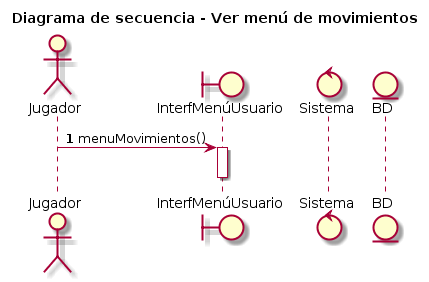
Earlier version of the PlantUML export UML/Diagramas de secuencia/Jugador/Menú de movimientos/Menu de movimientos.png (dmontesinos/ES-2019-G43-2-02.v1). Its diagram source:
```plantuml
@startuml
title Diagrama de secuencia - Ver menú de movimientos
autonumber
actor Jugador
boundary InterfMenúUsuario
control Sistema
entity BD

Jugador -> InterfMenúUsuario : menuMovimientos()
activate InterfMenúUsuario
deactivate InterfMenúUsuario
@enduml
```
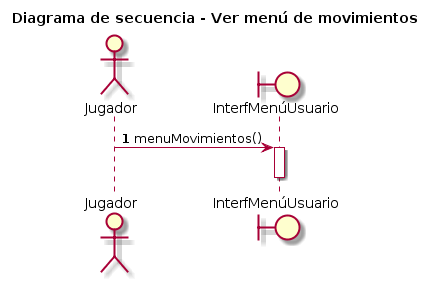
The same file after the commit.

Change to the diagram source:
```diff
@@ -3,8 +3,7 @@
 autonumber
 actor Jugador
 boundary InterfMenúUsuario
-control Sistema
-entity BD
+
 
 Jugador -> InterfMenúUsuario : menuMovimientos()
 activate InterfMenúUsuario
```
